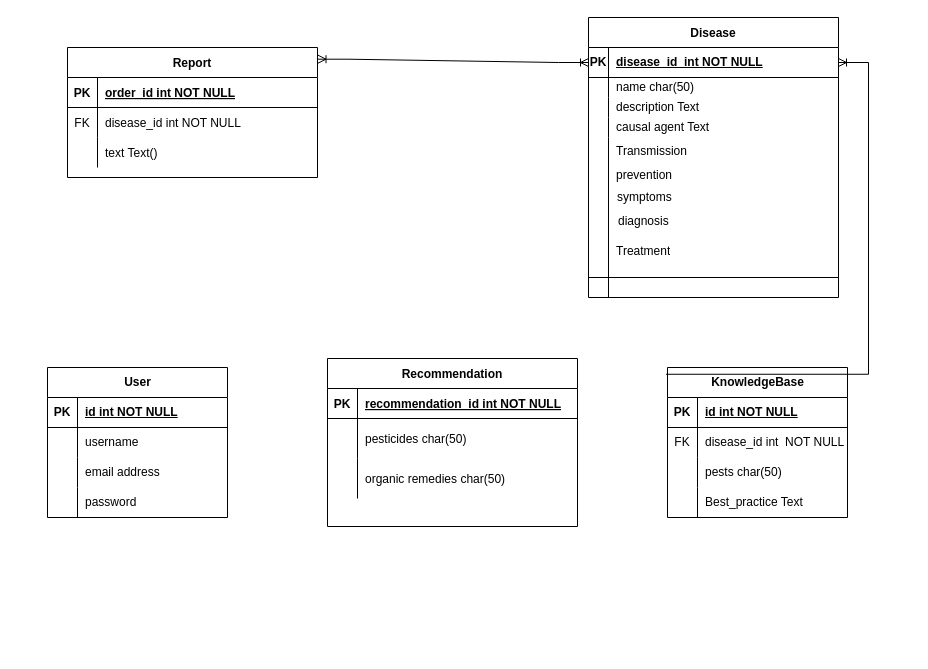
XpertBotTeam/CpertBotAgriTech_Backend keeps this draw.io diagram as Untitled Diagram.drawio. Above is the earlier version. Source tidied: cells renumbered, new cells numbered last; positions are measured from the earlier drawing's top-left corner, leaving out a move shared by most shapes. Both pictures are drawn from the tidied source at 100%, with x=0, y=0 at pixel (47, 17).
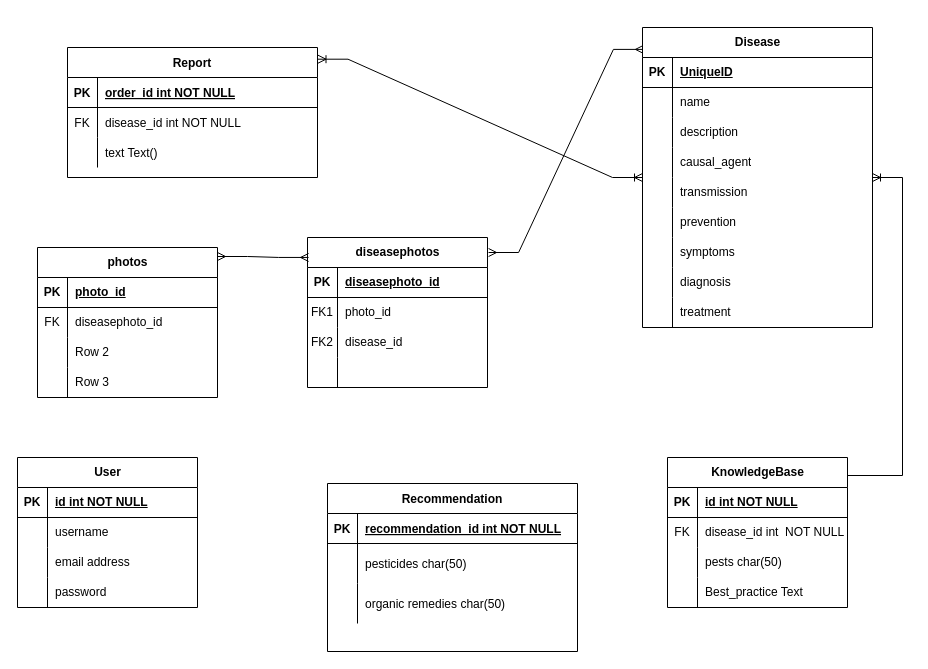
After the change.

The change refers to these unchanged cells:
```xml
<mxCell id="2" value="Report" style="shape=table;startSize=30;childLayout=tableLayout;rowLines=0;fontStyle=1;align=center;gradientColor=none;swimlaneFillColor=default;" parent="1" vertex="1">
  <mxGeometry x="20" y="30" width="250" height="130" as="geometry" />
</mxCell>
```

What changed in the source:
```diff
@@
     <mxCell id="12" value="Recommendation" style="shape=table;startSize=30;childLayout=tableLayout;rowLines=0;fontStyle=1;align=center;swimlaneFillColor=default;" parent="1" vertex="1">
-      <mxGeometry x="280" y="341" width="250" height="168" as="geometry" />
+      <mxGeometry x="280" y="466" width="250" height="168" as="geometry" />
     </mxCell>
@@
-    <mxCell id="22" value="Disease" style="shape=table;startSize=30;childLayout=tableLayout;rowLines=0;fontStyle=1;align=center;swimlaneFillColor=default;rounded=0;swimlaneLine=1;shadow=0;" parent="1" vertex="1">
-      <mxGeometry x="541" width="250" height="280" as="geometry" />
-    </mxCell>
-    <mxCell id="23" style="shape=tableRow;horizontal=0;startSize=0;swimlaneHead=0;swimlaneBody=0;fillColor=none;points=[[0,0.5],[1,0.5]];portConstraint=eastwest;top=0;left=0;right=0;bottom=1;" parent="22" vertex="1">
-      <mxGeometry y="30" width="250" height="30" as="geometry" />
-    </mxCell>
-    <mxCell id="24" value="PK" style="shape=partialRectangle;fillColor=none;top=0;left=0;bottom=0;right=0;fontStyle=1;overflow=hidden;whiteSpace=wrap;html=1;" parent="23" vertex="1">
-      <mxGeometry width="20" height="30" as="geometry" />
-    </mxCell>
-    <mxCell id="25" value="disease_id&amp;nbsp; int NOT NULL" style="shape=partialRectangle;fillColor=none;top=0;left=0;bottom=0;right=0;align=left;spacingLeft=6;fontStyle=5;overflow=hidden;whiteSpace=wrap;html=1;" parent="23" vertex="1">
-      <mxGeometry x="20" width="230" height="30" as="geometry" />
-    </mxCell>
-    <mxCell id="26" style="shape=tableRow;horizontal=0;startSize=0;swimlaneHead=0;swimlaneBody=0;fillColor=none;top=0;left=0;right=0;bottom=0;" parent="22" vertex="1">
-      <mxGeometry y="60" width="250" height="20" as="geometry" />
-    </mxCell>
-    <mxCell id="27" style="shape=partialRectangle;fillColor=none;top=0;left=0;bottom=0;right=0;overflow=hidden;whiteSpace=wrap;html=1;" parent="26" vertex="1">
-      <mxGeometry width="20" height="20" as="geometry" />
-    </mxCell>
-    <mxCell id="28" value="name char(50)" style="shape=partialRectangle;fillColor=none;top=0;left=0;bottom=0;right=0;align=left;spacingLeft=6;overflow=hidden;whiteSpace=wrap;html=1;" parent="26" vertex="1">
-      <mxGeometry x="20" width="230" height="20" as="geometry" />
-    </mxCell>
-    <mxCell id="29" style="shape=tableRow;horizontal=0;startSize=0;swimlaneHead=0;swimlaneBody=0;fillColor=none;top=0;left=0;right=0;bottom=0;" parent="22" vertex="1">
-      <mxGeometry y="80" width="250" height="20" as="geometry" />
-    </mxCell>
-    <mxCell id="30" style="shape=partialRectangle;fillColor=none;top=0;left=0;bottom=0;right=0;overflow=hidden;whiteSpace=wrap;html=1;" parent="29" vertex="1">
-      <mxGeometry width="20" height="20" as="geometry" />
-    </mxCell>
-    <mxCell id="31" value="description Text" style="shape=partialRectangle;fillColor=none;top=0;left=0;bottom=0;right=0;align=left;spacingLeft=6;overflow=hidden;whiteSpace=wrap;html=1;" parent="29" vertex="1">
-      <mxGeometry x="20" width="230" height="20" as="geometry" />
-    </mxCell>
-    <mxCell id="32" style="shape=tableRow;horizontal=0;startSize=0;swimlaneHead=0;swimlaneBody=0;fillColor=none;top=0;left=0;right=0;bottom=0;" parent="22" vertex="1">
-      <mxGeometry y="100" width="250" height="20" as="geometry" />
-    </mxCell>
-    <mxCell id="33" style="shape=partialRectangle;fillColor=none;top=0;left=0;bottom=0;right=0;overflow=hidden;whiteSpace=wrap;html=1;" parent="32" vertex="1">
-      <mxGeometry width="20" height="20" as="geometry" />
-    </mxCell>
-    <mxCell id="34" value="causal agent Text" style="shape=partialRectangle;fillColor=none;top=0;left=0;bottom=0;right=0;align=left;spacingLeft=6;overflow=hidden;whiteSpace=wrap;html=1;" parent="32" vertex="1">
-      <mxGeometry x="20" width="230" height="20" as="geometry" />
-    </mxCell>
-    <mxCell id="35" style="shape=partialRectangle;fillColor=none;top=0;left=0;right=0;bottom=1;" parent="22" vertex="1">
-      <mxGeometry y="120" width="250" height="140" as="geometry" />
-    </mxCell>
-    <mxCell id="36" style="shape=partialRectangle;overflow=hidden;fillColor=none;top=0;left=0;bottom=0;right=0;fontStyle=1;" parent="35" vertex="1">
-      <mxGeometry width="20" height="140" as="geometry" />
-    </mxCell>
-    <mxCell id="37" style="shape=partialRectangle;overflow=hidden;fillColor=none;top=0;left=0;bottom=0;right=0;align=left;spacingLeft=6;fontStyle=0;verticalAlign=top;" parent="35" vertex="1">
-      <mxGeometry x="20" width="230" height="140" as="geometry" />
-    </mxCell>
-    <mxCell id="38" style="shape=partialRectangle;fillColor=none;top=0;left=0;right=0;bottom=0;" parent="22" vertex="1">
-      <mxGeometry y="260" width="250" height="20" as="geometry" />
-    </mxCell>
-    <mxCell id="39" style="shape=partialRectangle;overflow=hidden;fillColor=none;top=0;left=0;bottom=0;right=0;" parent="38" vertex="1">
-      <mxGeometry width="20" height="20" as="geometry" />
-    </mxCell>
-    <mxCell id="40" style="shape=partialRectangle;overflow=hidden;fillColor=none;top=0;left=0;bottom=0;right=0;align=left;spacingLeft=6;" parent="38" vertex="1">
-      <mxGeometry x="20" width="230" height="20" as="geometry" />
-    </mxCell>
     <mxCell id="41" value="User" style="shape=table;startSize=30;childLayout=tableLayout;rowLines=0;fontStyle=1;align=center;html=1;swimlaneFillColor=default;" parent="1" vertex="1">
-      <mxGeometry y="350" width="180" height="150" as="geometry" />
+      <mxGeometry x="-30" y="440" width="180" height="150" as="geometry" />
     </mxCell>
@@
     <mxCell id="54" value="KnowledgeBase" style="shape=table;startSize=30;childLayout=tableLayout;rowLines=0;fontStyle=1;align=center;html=1;" parent="1" vertex="1">
-      <mxGeometry x="620" y="350" width="180" height="150" as="geometry" />
+      <mxGeometry x="620" y="440" width="180" height="150" as="geometry" />
     </mxCell>
@@
-    <mxCell id="67" style="edgeStyle=entityRelationEdgeStyle;fontSize=12;html=1;endArrow=ERoneToMany;startArrow=ERoneToMany;rounded=0;entryX=1.002;entryY=0.09;entryDx=0;entryDy=0;entryPerimeter=0;exitX=0;exitY=0.5;exitDx=0;exitDy=0;" parent="1" edge="1" source="23" target="2">
-      <mxGeometry relative="1" as="geometry" />
+    <mxCell id="67" style="edgeStyle=entityRelationEdgeStyle;fontSize=12;html=1;endArrow=ERoneToMany;startArrow=ERoneToMany;rounded=0;entryX=1.002;entryY=0.09;entryDx=0;entryDy=0;entryPerimeter=0;" parent="1" edge="1" source="22" target="2">
+      <mxGeometry relative="1" as="geometry">
+        <Array as="points">
+          <mxPoint x="570" y="70" />
+          <mxPoint x="550" y="50" />
+          <mxPoint x="560" y="90" />
+          <mxPoint x="370" y="50" />
+        </Array>
+      </mxGeometry>
     </mxCell>
-    <mxCell id="68" style="edgeStyle=entityRelationEdgeStyle;fontSize=12;html=1;endArrow=ERoneToMany;rounded=0;exitX=-0.008;exitY=0.045;exitDx=0;exitDy=0;exitPerimeter=0;" parent="1" edge="1" source="54" target="23">
+    <mxCell id="68" style="edgeStyle=entityRelationEdgeStyle;fontSize=12;html=1;endArrow=ERoneToMany;rounded=0;" parent="1" edge="1" target="22">
       <mxGeometry relative="1" as="geometry">
+        <mxPoint x="800" y="458" as="sourcePoint" />
         <Array as="points">
           <mxPoint x="391.8" y="195.9" />
           <mxPoint x="675.2" y="313.8" />
           <mxPoint x="505.2" y="243.8" />
         </Array>
       </mxGeometry>
     </mxCell>
-    <mxCell id="69" value="Transmission" style="text;strokeColor=none;fillColor=none;spacingLeft=4;spacingRight=4;overflow=hidden;fontSize=12;whiteSpace=wrap;html=1;" parent="1" vertex="1">
-      <mxGeometry x="563" y="120" width="230" height="30" as="geometry" />
-    </mxCell>
+    <mxCell id="74" value="photos" style="shape=table;startSize=30;childLayout=tableLayout;rowLines=0;fontStyle=1;align=center;html=1;" parent="1" vertex="1">
+      <mxGeometry x="-10" y="230" width="180" height="150" as="geometry" />
+    </mxCell>
+    <mxCell id="75" style="shape=tableRow;horizontal=0;startSize=0;swimlaneHead=0;swimlaneBody=0;fillColor=none;top=0;left=0;right=0;bottom=1;" parent="74" vertex="1">
+      <mxGeometry y="30" width="180" height="30" as="geometry" />
+    </mxCell>
+    <mxCell id="76" value="PK" style="shape=partialRectangle;fillColor=none;top=0;left=0;bottom=0;right=0;fontStyle=1;overflow=hidden;whiteSpace=wrap;html=1;" parent="75" vertex="1">
+      <mxGeometry width="30" height="30" as="geometry" />
+    </mxCell>
+    <mxCell id="77" value="photo_id" style="shape=partialRectangle;fillColor=none;top=0;left=0;bottom=0;right=0;align=left;spacingLeft=6;fontStyle=5;overflow=hidden;whiteSpace=wrap;html=1;" parent="75" vertex="1">
+      <mxGeometry x="30" width="150" height="30" as="geometry" />
+    </mxCell>
+    <mxCell id="78" style="shape=tableRow;horizontal=0;startSize=0;swimlaneHead=0;swimlaneBody=0;fillColor=none;top=0;left=0;right=0;bottom=0;" parent="74" vertex="1">
+      <mxGeometry y="60" width="180" height="30" as="geometry" />
+    </mxCell>
+    <mxCell id="79" value="FK" style="shape=partialRectangle;fillColor=none;top=0;left=0;bottom=0;right=0;overflow=hidden;whiteSpace=wrap;html=1;" parent="78" vertex="1">
+      <mxGeometry width="30" height="30" as="geometry" />
+    </mxCell>
+    <mxCell id="80" value="diseasephoto_id" style="shape=partialRectangle;fillColor=none;top=0;left=0;bottom=0;right=0;align=left;spacingLeft=6;overflow=hidden;whiteSpace=wrap;html=1;" parent="78" vertex="1">
+      <mxGeometry x="30" width="150" height="30" as="geometry" />
+    </mxCell>
+    <mxCell id="81" style="shape=tableRow;horizontal=0;startSize=0;swimlaneHead=0;swimlaneBody=0;fillColor=none;top=0;left=0;right=0;bottom=0;" parent="74" vertex="1">
+      <mxGeometry y="90" width="180" height="30" as="geometry" />
+    </mxCell>
+    <mxCell id="82" style="shape=partialRectangle;fillColor=none;top=0;left=0;bottom=0;right=0;overflow=hidden;whiteSpace=wrap;html=1;" parent="81" vertex="1">
+      <mxGeometry width="30" height="30" as="geometry" />
+    </mxCell>
+    <mxCell id="83" value="Row 2" style="shape=partialRectangle;fillColor=none;top=0;left=0;bottom=0;right=0;align=left;spacingLeft=6;overflow=hidden;whiteSpace=wrap;html=1;" parent="81" vertex="1">
+      <mxGeometry x="30" width="150" height="30" as="geometry" />
+    </mxCell>
+    <mxCell id="84" style="shape=tableRow;horizontal=0;startSize=0;swimlaneHead=0;swimlaneBody=0;fillColor=none;top=0;left=0;right=0;bottom=0;" parent="74" vertex="1">
+      <mxGeometry y="120" width="180" height="30" as="geometry" />
+    </mxCell>
+    <mxCell id="85" style="shape=partialRectangle;fillColor=none;top=0;left=0;bottom=0;right=0;overflow=hidden;whiteSpace=wrap;html=1;" parent="84" vertex="1">
+      <mxGeometry width="30" height="30" as="geometry" />
+    </mxCell>
+    <mxCell id="86" value="Row 3" style="shape=partialRectangle;fillColor=none;top=0;left=0;bottom=0;right=0;align=left;spacingLeft=6;overflow=hidden;whiteSpace=wrap;html=1;" parent="84" vertex="1">
+      <mxGeometry x="30" width="150" height="30" as="geometry" />
+    </mxCell>
+    <mxCell id="87" value="diseasephotos" style="shape=table;startSize=30;childLayout=tableLayout;rowLines=0;fontStyle=1;align=center;html=1;" parent="1" vertex="1">
+      <mxGeometry x="260" y="220" width="180" height="150" as="geometry" />
+    </mxCell>
+    <mxCell id="88" style="shape=tableRow;horizontal=0;startSize=0;swimlaneHead=0;swimlaneBody=0;fillColor=none;top=0;left=0;right=0;bottom=1;" parent="87" vertex="1">
+      <mxGeometry y="30" width="180" height="30" as="geometry" />
+    </mxCell>
+    <mxCell id="89" value="PK" style="shape=partialRectangle;fillColor=none;top=0;left=0;bottom=0;right=0;fontStyle=1;overflow=hidden;whiteSpace=wrap;html=1;" parent="88" vertex="1">
+      <mxGeometry width="30" height="30" as="geometry" />
+    </mxCell>
+    <mxCell id="90" value="diseasephoto_id" style="shape=partialRectangle;fillColor=none;top=0;left=0;bottom=0;right=0;align=left;spacingLeft=6;fontStyle=5;overflow=hidden;whiteSpace=wrap;html=1;" parent="88" vertex="1">
+      <mxGeometry x="30" width="150" height="30" as="geometry" />
+    </mxCell>
+    <mxCell id="91" style="shape=tableRow;horizontal=0;startSize=0;swimlaneHead=0;swimlaneBody=0;fillColor=none;top=0;left=0;right=0;bottom=0;" parent="87" vertex="1">
+      <mxGeometry y="60" width="180" height="30" as="geometry" />
+    </mxCell>
+    <mxCell id="92" value="FK1" style="shape=partialRectangle;fillColor=none;top=0;left=0;bottom=0;right=0;overflow=hidden;whiteSpace=wrap;html=1;" parent="91" vertex="1">
+      <mxGeometry width="30" height="30" as="geometry" />
+    </mxCell>
+    <mxCell id="93" value="photo_id" style="shape=partialRectangle;fillColor=none;top=0;left=0;bottom=0;right=0;align=left;spacingLeft=6;overflow=hidden;whiteSpace=wrap;html=1;" parent="91" vertex="1">
+      <mxGeometry x="30" width="150" height="30" as="geometry" />
+    </mxCell>
+    <mxCell id="94" style="shape=tableRow;horizontal=0;startSize=0;swimlaneHead=0;swimlaneBody=0;fillColor=none;top=0;left=0;right=0;bottom=0;" parent="87" vertex="1">
+      <mxGeometry y="90" width="180" height="30" as="geometry" />
+    </mxCell>
+    <mxCell id="95" value="FK2" style="shape=partialRectangle;fillColor=none;top=0;left=0;bottom=0;right=0;overflow=hidden;whiteSpace=wrap;html=1;" parent="94" vertex="1">
+      <mxGeometry width="30" height="30" as="geometry" />
+    </mxCell>
+    <mxCell id="96" value="disease_id" style="shape=partialRectangle;fillColor=none;top=0;left=0;bottom=0;right=0;align=left;spacingLeft=6;overflow=hidden;whiteSpace=wrap;html=1;" parent="94" vertex="1">
+      <mxGeometry x="30" width="150" height="30" as="geometry" />
+    </mxCell>
+    <mxCell id="97" style="shape=tableRow;horizontal=0;startSize=0;swimlaneHead=0;swimlaneBody=0;fillColor=none;top=0;left=0;right=0;bottom=0;" parent="87" vertex="1">
+      <mxGeometry y="120" width="180" height="30" as="geometry" />
+    </mxCell>
+    <mxCell id="98" style="shape=partialRectangle;fillColor=none;top=0;left=0;bottom=0;right=0;overflow=hidden;whiteSpace=wrap;html=1;" parent="97" vertex="1">
+      <mxGeometry width="30" height="30" as="geometry" />
+    </mxCell>
+    <mxCell id="99" style="shape=partialRectangle;fillColor=none;top=0;left=0;bottom=0;right=0;align=left;spacingLeft=6;overflow=hidden;whiteSpace=wrap;html=1;" parent="97" vertex="1">
+      <mxGeometry x="30" width="150" height="30" as="geometry" />
+    </mxCell>
+    <mxCell id="100" style="edgeStyle=entityRelationEdgeStyle;fontSize=12;html=1;endArrow=ERmany;startArrow=ERmany;rounded=0;exitX=1;exitY=0.06;exitDx=0;exitDy=0;exitPerimeter=0;entryX=0.006;entryY=0.133;entryDx=0;entryDy=0;entryPerimeter=0;" parent="1" edge="1" source="74" target="87">
+      <mxGeometry relative="1" as="geometry" />
+    </mxCell>
+    <mxCell id="101" style="edgeStyle=entityRelationEdgeStyle;fontSize=12;html=1;endArrow=ERmany;startArrow=ERmany;rounded=0;entryX=0.004;entryY=0.073;entryDx=0;entryDy=0;entryPerimeter=0;exitX=1.006;exitY=0.1;exitDx=0;exitDy=0;exitPerimeter=0;" parent="1" edge="1" source="87" target="22">
+      <mxGeometry relative="1" as="geometry" />
+    </mxCell>
+    <mxCell id="22" value="Disease" style="shape=table;startSize=30;childLayout=tableLayout;rowLines=0;fontStyle=1;align=center;html=1;points=[[0,0,0,0,0],[0,0.14,0,0,0],[0,0.25,0,0,0],[0,0.29,0,0,0],[0,0.43,0,0,0],[0,0.5,0,0,0],[0,0.57,0,0,0],[0,0.71,0,0,0],[0,0.75,0,0,0],[0,0.86,0,0,0],[0,1,0,0,0],[0.25,0,0,0,0],[0.25,1,0,0,0],[0.5,0,0,0,0],[0.5,1,0,0,0],[0.75,0,0,0,0],[0.75,1,0,0,0],[1,0,0,0,0],[1,0.25,0,0,0],[1,0.5,0,0,0],[1,0.75,0,0,0],[1,1,0,0,0]];" parent="1" vertex="1">
+      <mxGeometry x="595" y="10" width="230" height="300" as="geometry" />
+    </mxCell>
+    <mxCell id="102" style="shape=tableRow;horizontal=0;startSize=0;swimlaneHead=0;swimlaneBody=0;fillColor=none;top=0;left=0;right=0;bottom=1;" parent="22" vertex="1">
+      <mxGeometry y="30" width="230" height="30" as="geometry" />
+    </mxCell>
+    <mxCell id="103" value="PK" style="shape=partialRectangle;fillColor=none;top=0;left=0;bottom=0;right=0;fontStyle=1;overflow=hidden;whiteSpace=wrap;html=1;" parent="102" vertex="1">
+      <mxGeometry width="30" height="30" as="geometry" />
+    </mxCell>
+    <mxCell id="104" value="UniqueID" style="shape=partialRectangle;fillColor=none;top=0;left=0;bottom=0;right=0;align=left;spacingLeft=6;fontStyle=5;overflow=hidden;whiteSpace=wrap;html=1;" parent="102" vertex="1">
+      <mxGeometry x="30" width="200" height="30" as="geometry" />
+    </mxCell>
+    <mxCell id="105" style="shape=tableRow;horizontal=0;startSize=0;swimlaneHead=0;swimlaneBody=0;fillColor=none;top=0;left=0;right=0;bottom=0;" parent="22" vertex="1">
+      <mxGeometry y="60" width="230" height="30" as="geometry" />
+    </mxCell>
+    <mxCell id="106" style="shape=partialRectangle;fillColor=none;top=0;left=0;bottom=0;right=0;overflow=hidden;whiteSpace=wrap;html=1;" parent="105" vertex="1">
+      <mxGeometry width="30" height="30" as="geometry" />
+    </mxCell>
+    <mxCell id="107" value="name&amp;nbsp;" style="shape=partialRectangle;fillColor=none;top=0;left=0;bottom=0;right=0;align=left;spacingLeft=6;overflow=hidden;whiteSpace=wrap;html=1;" parent="105" vertex="1">
+      <mxGeometry x="30" width="200" height="30" as="geometry" />
+    </mxCell>
+    <mxCell id="108" style="shape=tableRow;horizontal=0;startSize=0;swimlaneHead=0;swimlaneBody=0;fillColor=none;top=0;left=0;right=0;bottom=0;" parent="22" vertex="1">
+      <mxGeometry y="90" width="230" height="30" as="geometry" />
+    </mxCell>
+    <mxCell id="109" style="shape=partialRectangle;fillColor=none;top=0;left=0;bottom=0;right=0;overflow=hidden;whiteSpace=wrap;html=1;" parent="108" vertex="1">
+      <mxGeometry width="30" height="30" as="geometry" />
+    </mxCell>
+    <mxCell id="110" value="description&amp;nbsp;" style="shape=partialRectangle;fillColor=none;top=0;left=0;bottom=0;right=0;align=left;spacingLeft=6;overflow=hidden;whiteSpace=wrap;html=1;" parent="108" vertex="1">
+      <mxGeometry x="30" width="200" height="30" as="geometry" />
+    </mxCell>
+    <mxCell id="111" style="shape=tableRow;horizontal=0;startSize=0;swimlaneHead=0;swimlaneBody=0;fillColor=none;top=0;left=0;right=0;bottom=0;" parent="22" vertex="1">
+      <mxGeometry y="120" width="230" height="30" as="geometry" />
+    </mxCell>
+    <mxCell id="112" style="shape=partialRectangle;fillColor=none;top=0;left=0;bottom=0;right=0;overflow=hidden;whiteSpace=wrap;html=1;" parent="111" vertex="1">
+      <mxGeometry width="30" height="30" as="geometry" />
+    </mxCell>
+    <mxCell id="113" value="causal_agent" style="shape=partialRectangle;fillColor=none;top=0;left=0;bottom=0;right=0;align=left;spacingLeft=6;overflow=hidden;whiteSpace=wrap;html=1;" parent="111" vertex="1">
+      <mxGeometry x="30" width="200" height="30" as="geometry" />
+    </mxCell>
+    <mxCell id="114" style="shape=tableRow;horizontal=0;startSize=0;swimlaneHead=0;swimlaneBody=0;fillColor=none;top=0;left=0;right=0;bottom=0;" parent="22" vertex="1">
+      <mxGeometry y="150" width="230" height="30" as="geometry" />
+    </mxCell>
+    <mxCell id="115" style="shape=partialRectangle;fillColor=none;top=0;left=0;bottom=0;right=0;overflow=hidden;whiteSpace=wrap;html=1;" parent="114" vertex="1">
+      <mxGeometry width="30" height="30" as="geometry" />
+    </mxCell>
+    <mxCell id="116" value="transmission" style="shape=partialRectangle;fillColor=none;top=0;left=0;bottom=0;right=0;align=left;spacingLeft=6;overflow=hidden;whiteSpace=wrap;html=1;" parent="114" vertex="1">
+      <mxGeometry x="30" width="200" height="30" as="geometry" />
+    </mxCell>
+    <mxCell id="117" style="shape=tableRow;horizontal=0;startSize=0;swimlaneHead=0;swimlaneBody=0;fillColor=none;top=0;left=0;right=0;bottom=0;" parent="22" vertex="1">
+      <mxGeometry y="180" width="230" height="30" as="geometry" />
+    </mxCell>
+    <mxCell id="118" style="shape=partialRectangle;fillColor=none;top=0;left=0;bottom=0;right=0;overflow=hidden;whiteSpace=wrap;html=1;" parent="117" vertex="1">
+      <mxGeometry width="30" height="30" as="geometry" />
+    </mxCell>
-    <mxCell id="70" value="prevention" style="text;strokeColor=none;fillColor=none;spacingLeft=4;spacingRight=4;overflow=hidden;fontSize=12;whiteSpace=wrap;html=1;" parent="1" vertex="1">
-      <mxGeometry x="563" y="144" width="230" height="30" as="geometry" />
+    <mxCell id="70" value="prevention" style="shape=partialRectangle;fillColor=none;top=0;left=0;bottom=0;right=0;align=left;spacingLeft=6;overflow=hidden;whiteSpace=wrap;html=1;" parent="117" vertex="1">
+      <mxGeometry x="30" width="200" height="30" as="geometry" />
     </mxCell>
+    <mxCell id="119" style="shape=tableRow;horizontal=0;startSize=0;swimlaneHead=0;swimlaneBody=0;fillColor=none;top=0;left=0;right=0;bottom=0;" parent="22" vertex="1">
+      <mxGeometry y="210" width="230" height="30" as="geometry" />
+    </mxCell>
+    <mxCell id="120" style="shape=partialRectangle;fillColor=none;top=0;left=0;bottom=0;right=0;overflow=hidden;whiteSpace=wrap;html=1;" parent="119" vertex="1">
+      <mxGeometry width="30" height="30" as="geometry" />
+    </mxCell>
-    <mxCell id="71" value="symptoms" style="text;strokeColor=none;fillColor=none;spacingLeft=4;spacingRight=4;overflow=hidden;fontSize=12;whiteSpace=wrap;html=1;" parent="1" vertex="1">
-      <mxGeometry x="564" y="166" width="230" height="30" as="geometry" />
+    <mxCell id="71" value="symptoms" style="shape=partialRectangle;fillColor=none;top=0;left=0;bottom=0;right=0;align=left;spacingLeft=6;overflow=hidden;whiteSpace=wrap;html=1;" parent="119" vertex="1">
+      <mxGeometry x="30" width="200" height="30" as="geometry" />
     </mxCell>
+    <mxCell id="121" style="shape=tableRow;horizontal=0;startSize=0;swimlaneHead=0;swimlaneBody=0;fillColor=none;top=0;left=0;right=0;bottom=0;" parent="22" vertex="1">
+      <mxGeometry y="240" width="230" height="30" as="geometry" />
+    </mxCell>
+    <mxCell id="122" style="shape=partialRectangle;fillColor=none;top=0;left=0;bottom=0;right=0;overflow=hidden;whiteSpace=wrap;html=1;" parent="121" vertex="1">
+      <mxGeometry width="30" height="30" as="geometry" />
+    </mxCell>
-    <mxCell id="72" value="diagnosis" style="text;strokeColor=none;fillColor=none;spacingLeft=4;spacingRight=4;overflow=hidden;fontSize=12;whiteSpace=wrap;html=1;" parent="1" vertex="1">
-      <mxGeometry x="565" y="190" width="230" height="30" as="geometry" />
+    <mxCell id="72" value="diagnosis" style="shape=partialRectangle;fillColor=none;top=0;left=0;bottom=0;right=0;align=left;spacingLeft=6;overflow=hidden;whiteSpace=wrap;html=1;" parent="121" vertex="1">
+      <mxGeometry x="30" width="200" height="30" as="geometry" />
     </mxCell>
-    <mxCell id="73" value="Treatment" style="text;strokeColor=none;fillColor=none;spacingLeft=4;spacingRight=4;overflow=hidden;fontSize=12;whiteSpace=wrap;html=1;" parent="1" vertex="1">
-      <mxGeometry x="563" y="220" width="167" height="30" as="geometry" />
-    </mxCell>
+    <mxCell id="123" style="shape=tableRow;horizontal=0;startSize=0;swimlaneHead=0;swimlaneBody=0;fillColor=none;top=0;left=0;right=0;bottom=0;" parent="22" vertex="1">
+      <mxGeometry y="270" width="230" height="30" as="geometry" />
+    </mxCell>
+    <mxCell id="124" style="shape=partialRectangle;fillColor=none;top=0;left=0;bottom=0;right=0;overflow=hidden;whiteSpace=wrap;html=1;" parent="123" vertex="1">
+      <mxGeometry width="30" height="30" as="geometry" />
+    </mxCell>
+    <mxCell id="125" value="treatment" style="shape=partialRectangle;fillColor=none;top=0;left=0;bottom=0;right=0;align=left;spacingLeft=6;overflow=hidden;whiteSpace=wrap;html=1;" parent="123" vertex="1">
+      <mxGeometry x="30" width="200" height="30" as="geometry" />
+    </mxCell>
```
